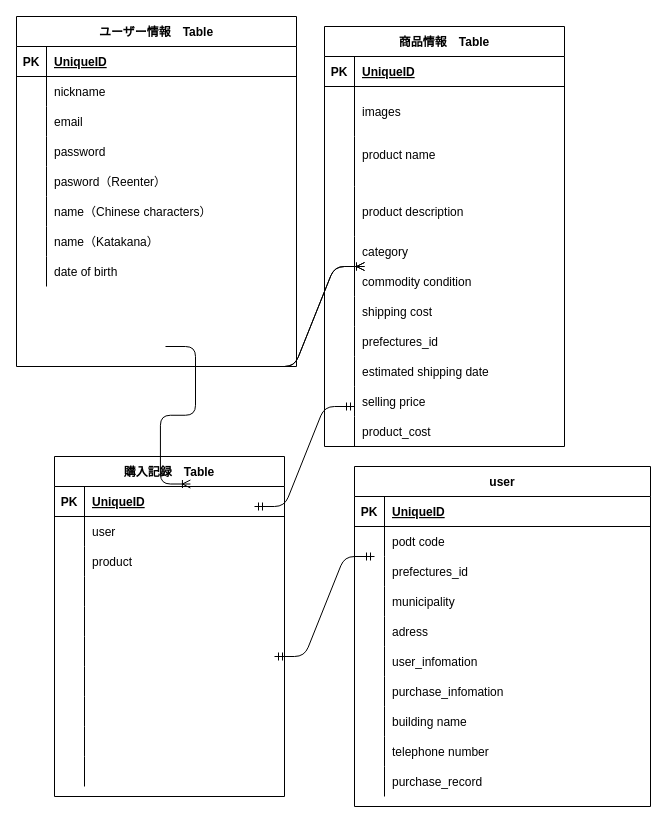
The draw.io diagram app/views/furima.dio in mwyaa7/furima-39056, before the edit. Source tidied: cells renumbered, new cells numbered last; positions are measured from the earlier drawing's top-left corner, leaving out a move shared by most shapes. Both pictures are drawn from the tidied source at 100%, with x=0, y=0 at pixel (16, 16).
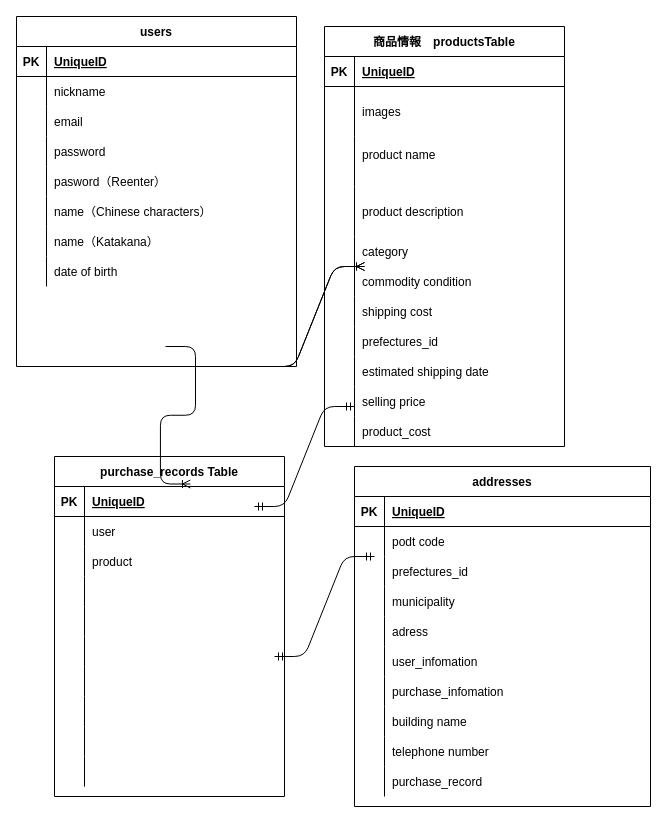
After the change.

What changed in the source:
```diff
@@
-    <mxCell id="2" value="ユーザー情報　Table" style="shape=table;startSize=30;childLayout=tableLayout;rowLines=0;fontStyle=1;align=center;" parent="1" vertex="1">
+    <mxCell id="2" value="users" style="shape=table;startSize=30;childLayout=tableLayout;rowLines=0;fontStyle=1;align=center;" parent="1" vertex="1">
       <mxGeometry width="280" height="350" as="geometry" />
     </mxCell>
@@
-    <mxCell id="27" value="商品情報　Table" style="shape=table;startSize=30;childLayout=tableLayout;rowLines=0;fontStyle=1;align=center;" parent="1" vertex="1">
+    <mxCell id="27" value="商品情報　productsTable" style="shape=table;startSize=30;childLayout=tableLayout;rowLines=0;fontStyle=1;align=center;" parent="1" vertex="1">
       <mxGeometry x="308" y="10" width="240" height="420" as="geometry" />
     </mxCell>
@@
-    <mxCell id="61" value="購入記録　Table" style="shape=table;startSize=30;childLayout=tableLayout;rowLines=0;fontStyle=1;align=center;" parent="1" vertex="1">
+    <mxCell id="61" value="purchase_records Table" style="shape=table;startSize=30;childLayout=tableLayout;rowLines=0;fontStyle=1;align=center;" parent="1" vertex="1">
       <mxGeometry x="38" y="440" width="230" height="340" as="geometry" />
     </mxCell>
@@
-    <mxCell id="92" value="user" style="shape=table;startSize=30;childLayout=tableLayout;rowLines=0;fontStyle=1;align=center;" parent="1" vertex="1">
+    <mxCell id="92" value="addresses" style="shape=table;startSize=30;childLayout=tableLayout;rowLines=0;fontStyle=1;align=center;" parent="1" vertex="1">
       <mxGeometry x="338" y="450" width="296" height="340" as="geometry" />
     </mxCell>
```
